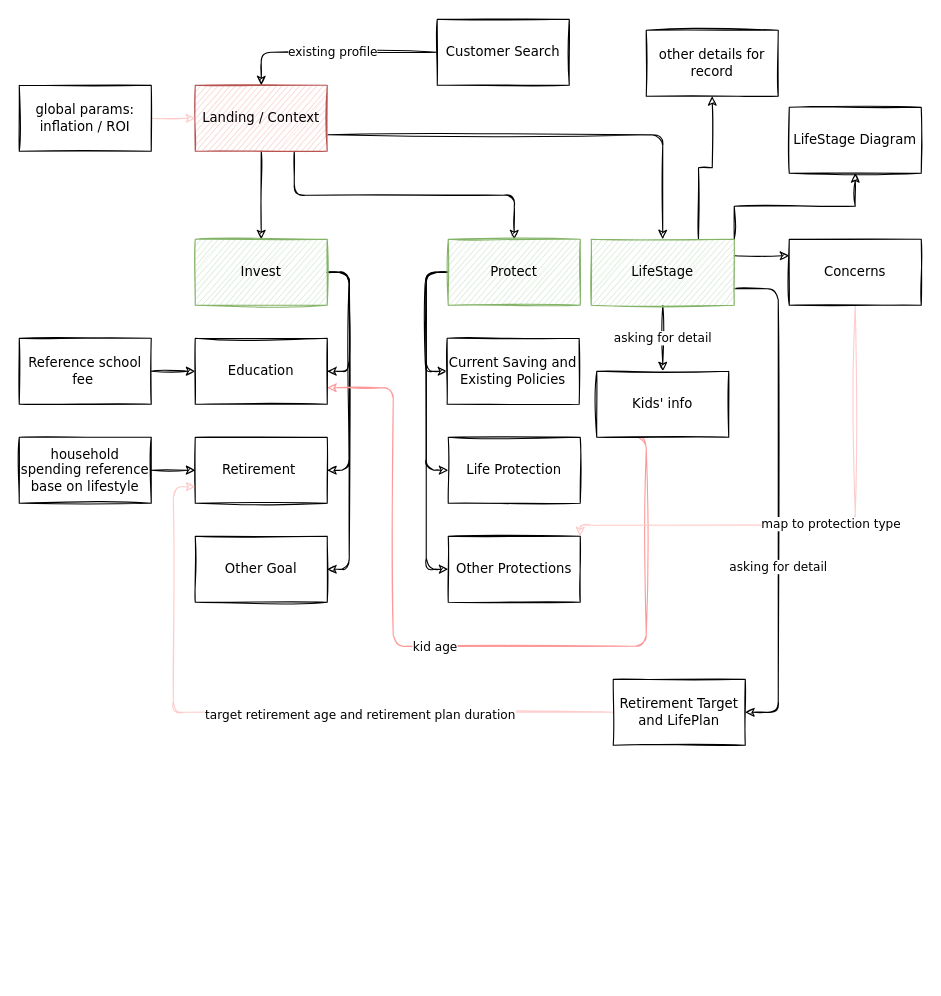
The draw.io diagram ai2.drawio in asahpchoi/a, before the edit. Source tidied: cells renumbered, new cells numbered last; positions are measured from the earlier drawing's top-left corner, leaving out a move shared by most shapes. Both pictures are drawn from the tidied source at 110%, with x=0, y=0 at pixel (19, 19).
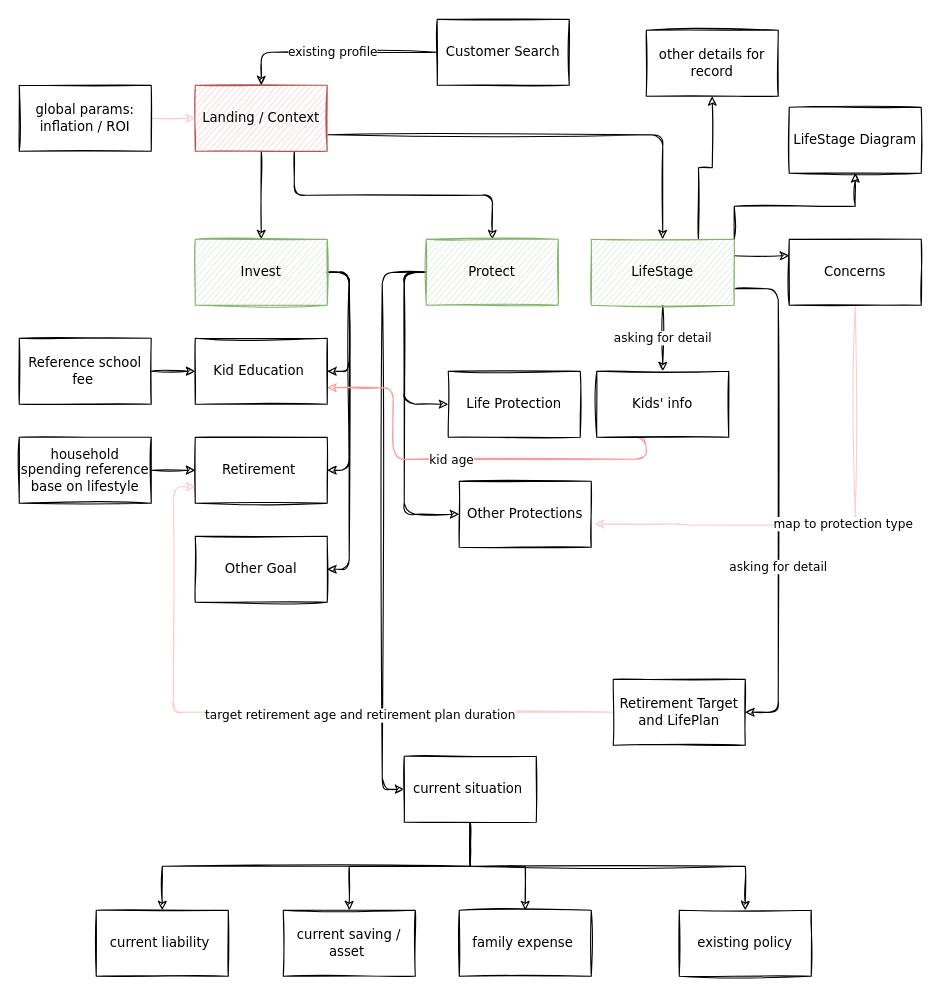
Above is the later version.

The change refers to these unchanged cells:
```xml
<mxCell id="24" value="Kids' info" style="whiteSpace=wrap;html=1;sketch=1;fontFamily=Verdana;" parent="1" vertex="1">
  <mxGeometry x="525" y="320" width="120" height="60" as="geometry" />
</mxCell>
<mxCell id="27" value="Concerns" style="whiteSpace=wrap;html=1;sketch=1;fontFamily=Verdana;" parent="1" vertex="1">
  <mxGeometry x="700" y="200" width="120" height="60" as="geometry" />
</mxCell>
```

Change to the diagram source:
```diff
@@
     <mxCell id="15" value="Protect" style="whiteSpace=wrap;html=1;sketch=1;fontFamily=Verdana;fillColor=#d5e8d4;strokeColor=#82b366;" parent="1" vertex="1">
-      <mxGeometry x="390" y="200" width="120" height="60" as="geometry" />
+      <mxGeometry x="370" y="200" width="120" height="60" as="geometry" />
     </mxCell>
@@
     <mxCell id="22" style="edgeStyle=orthogonalEdgeStyle;jettySize=auto;html=1;exitX=0.25;exitY=1;exitDx=0;exitDy=0;entryX=1;entryY=0.75;entryDx=0;entryDy=0;strokeColor=#FF9999;sketch=1;fontFamily=Verdana;" parent="1" edge="1" source="24" target="31">
       <mxGeometry relative="1" as="geometry">
         <Array as="points">
-          <mxPoint x="570" y="570" />
-          <mxPoint x="340" y="570" />
+          <mxPoint x="570" y="380" />
+          <mxPoint x="570" y="400" />
+          <mxPoint x="340" y="400" />
           <mxPoint x="340" y="335" />
         </Array>
       </mxGeometry>
     </mxCell>
@@
-    <mxCell id="25" style="edgeStyle=orthogonalEdgeStyle;jettySize=auto;html=1;exitX=0.5;exitY=1;exitDx=0;exitDy=0;entryX=1;entryY=0;entryDx=0;entryDy=0;fillColor=#FFCCCC;strokeColor=#FFCCCC;sketch=1;fontFamily=Verdana;" parent="1" edge="1" source="27" target="30">
+    <mxCell id="25" style="edgeStyle=orthogonalEdgeStyle;jettySize=auto;html=1;exitX=0.5;exitY=1;exitDx=0;exitDy=0;fillColor=#FFCCCC;strokeColor=#FFCCCC;sketch=1;fontFamily=Verdana;entryX=1.025;entryY=0.65;entryDx=0;entryDy=0;entryPerimeter=0;" parent="1" edge="1" source="27" target="30">
       <mxGeometry relative="1" as="geometry">
         <Array as="points">
           <mxPoint x="760" y="460" />
-          <mxPoint x="510" y="460" />
+          <mxPoint x="600" y="460" />
+          <mxPoint x="600" y="459" />
         </Array>
       </mxGeometry>
     </mxCell>
@@
+    <mxCell id="45" style="edgeStyle=orthogonalEdgeStyle;rounded=0;sketch=1;jettySize=auto;html=1;exitX=0.5;exitY=1;exitDx=0;exitDy=0;entryX=0.5;entryY=0;entryDx=0;entryDy=0;strokeColor=#000000;fillColor=#FFCCCC;fontFamily=Verdana;" parent="1" edge="1" source="28" target="49">
+      <mxGeometry relative="1" as="geometry" />
+    </mxCell>
+    <mxCell id="46" style="edgeStyle=orthogonalEdgeStyle;rounded=0;sketch=1;jettySize=auto;html=1;exitX=0.5;exitY=1;exitDx=0;exitDy=0;strokeColor=#000000;fillColor=#FFCCCC;fontFamily=Verdana;" parent="1" edge="1" source="28" target="50">
+      <mxGeometry relative="1" as="geometry" />
+    </mxCell>
+    <mxCell id="47" style="edgeStyle=orthogonalEdgeStyle;rounded=0;sketch=1;jettySize=auto;html=1;exitX=0.5;exitY=1;exitDx=0;exitDy=0;entryX=0.5;entryY=0;entryDx=0;entryDy=0;strokeColor=#000000;fillColor=#FFCCCC;fontFamily=Verdana;" parent="1" edge="1" source="28" target="51">
+      <mxGeometry relative="1" as="geometry" />
+    </mxCell>
+    <mxCell id="48" style="edgeStyle=orthogonalEdgeStyle;rounded=0;sketch=1;jettySize=auto;html=1;exitX=0.5;exitY=1;exitDx=0;exitDy=0;entryX=0.5;entryY=0;entryDx=0;entryDy=0;strokeColor=#000000;fillColor=#FFCCCC;fontFamily=Verdana;" parent="1" edge="1" source="28" target="52">
+      <mxGeometry relative="1" as="geometry" />
+    </mxCell>
-    <mxCell id="28" value="Current Saving and Existing Policies" style="whiteSpace=wrap;html=1;sketch=1;fontFamily=Verdana;" parent="1" vertex="1">
-      <mxGeometry x="389" y="290" width="120" height="60" as="geometry" />
+    <mxCell id="28" value="current situation&amp;nbsp;" style="whiteSpace=wrap;html=1;sketch=1;fontFamily=Verdana;" parent="1" vertex="1">
+      <mxGeometry x="350" y="670" width="120" height="60" as="geometry" />
     </mxCell>
     <mxCell id="29" value="Life Protection" style="whiteSpace=wrap;html=1;sketch=1;fontFamily=Verdana;" parent="1" vertex="1">
-      <mxGeometry x="390" y="380" width="120" height="60" as="geometry" />
+      <mxGeometry x="390" y="320" width="120" height="60" as="geometry" />
     </mxCell>
     <mxCell id="30" value="Other Protections" style="whiteSpace=wrap;html=1;sketch=1;fontFamily=Verdana;" parent="1" vertex="1">
-      <mxGeometry x="390" y="470" width="120" height="60" as="geometry" />
+      <mxGeometry x="400" y="420" width="120" height="60" as="geometry" />
     </mxCell>
-    <mxCell id="31" value="Education" style="whiteSpace=wrap;html=1;sketch=1;fontFamily=Verdana;" parent="1" vertex="1">
+    <mxCell id="31" value="Kid Education&amp;nbsp;" style="whiteSpace=wrap;html=1;sketch=1;fontFamily=Verdana;" parent="1" vertex="1">
       <mxGeometry x="160" y="290" width="120" height="60" as="geometry" />
     </mxCell>
@@
+    <mxCell id="49" value="existing policy" style="rounded=0;whiteSpace=wrap;html=1;sketch=1;fontFamily=Verdana;" parent="1" vertex="1">
+      <mxGeometry x="600" y="810" width="120" height="60" as="geometry" />
+    </mxCell>
+    <mxCell id="50" value="family expense&amp;nbsp;" style="rounded=0;whiteSpace=wrap;html=1;sketch=1;fontFamily=Verdana;" parent="1" vertex="1">
+      <mxGeometry x="400" y="810" width="120" height="60" as="geometry" />
+    </mxCell>
+    <mxCell id="51" value="current saving / asset&amp;nbsp;" style="rounded=0;whiteSpace=wrap;html=1;sketch=1;fontFamily=Verdana;" parent="1" vertex="1">
+      <mxGeometry x="240" y="810" width="120" height="60" as="geometry" />
+    </mxCell>
+    <mxCell id="52" value="current liability&amp;nbsp;" style="rounded=0;whiteSpace=wrap;html=1;sketch=1;fontFamily=Verdana;" parent="1" vertex="1">
+      <mxGeometry x="70" y="810" width="120" height="60" as="geometry" />
+    </mxCell>
```
